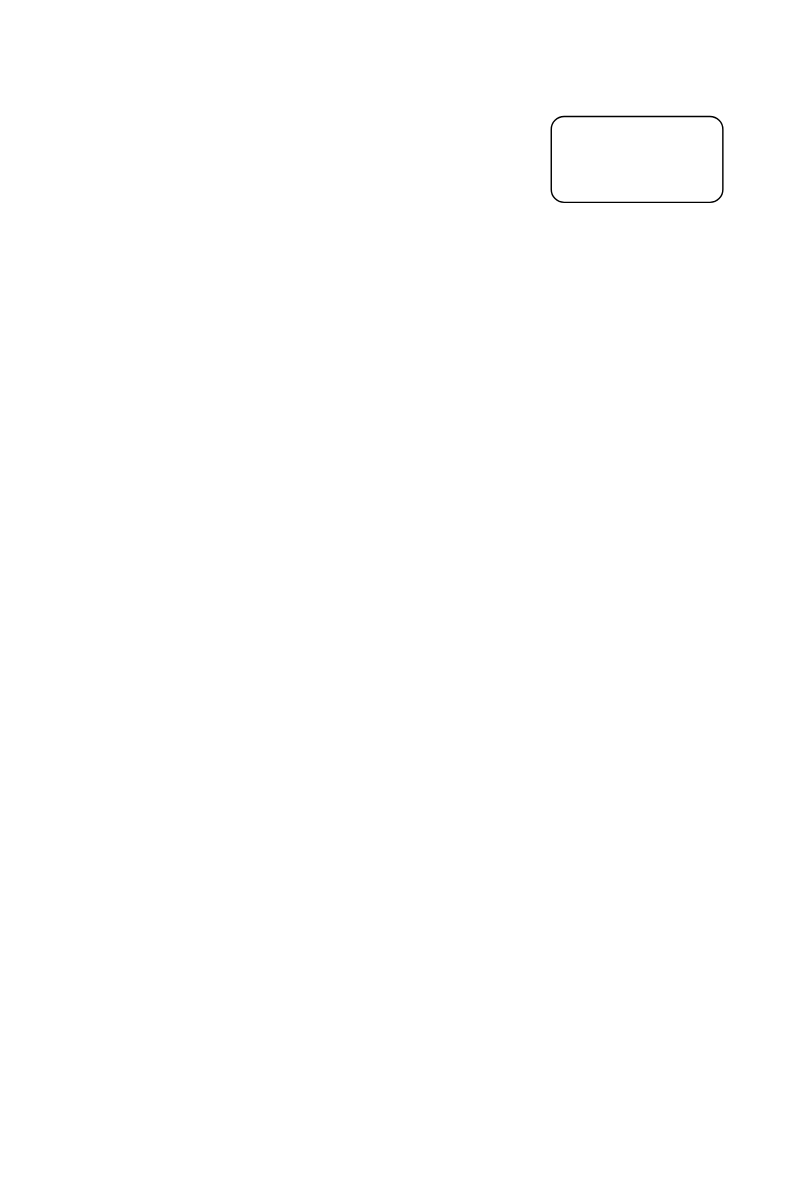
This is 未命名绘图.drawio from ITDragonBlog/draw.io, a draw.io file, before an edit. Source tidied: cells renumbered, new cells numbered last; positions are measured from the earlier drawing's top-left corner, leaving out a move shared by most shapes. Both pictures are drawn from the tidied source at 143%, with x=0, y=0 at pixel (551, 116).
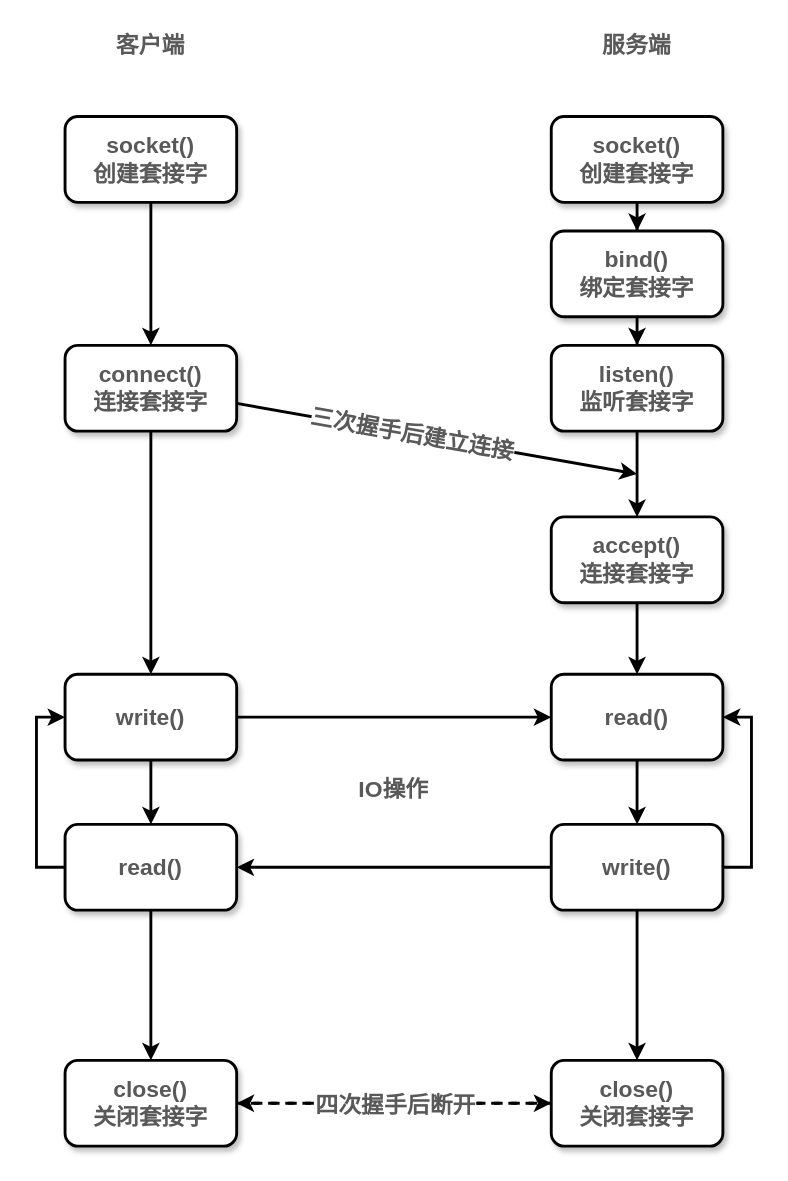
The same diagram, later.

Commit message:
更新未命名绘图.drawio

Change to the diagram source:
```diff
@@
+    <mxCell id="3" style="edgeStyle=orthogonalEdgeStyle;rounded=0;jettySize=auto;html=1;strokeWidth=2;" parent="1" edge="1" source="2" target="5">
+      <mxGeometry relative="1" as="geometry" />
+    </mxCell>
-    <mxCell id="2" style="rounded=1;whiteSpace=wrap;html=1;" parent="1" vertex="1">
+    <mxCell id="2" value="&lt;font style=&quot;font-size: 16px&quot; color=&quot;#595959&quot;&gt;&lt;b&gt;socket()&lt;br&gt;创建套接字&lt;/b&gt;&lt;/font&gt;" style="rounded=1;whiteSpace=wrap;html=1;strokeWidth=2;shadow=1;glass=0;sketch=0;" parent="1" vertex="1">
       <mxGeometry width="120" height="60" as="geometry" />
     </mxCell>
+    <mxCell id="4" style="edgeStyle=orthogonalEdgeStyle;rounded=0;jettySize=auto;html=1;strokeWidth=2;" parent="1" edge="1" source="5" target="7">
+      <mxGeometry relative="1" as="geometry" />
+    </mxCell>
+    <mxCell id="5" value="&lt;font style=&quot;font-size: 16px&quot; color=&quot;#595959&quot;&gt;&lt;b&gt;bind()&lt;br&gt;绑定套接字&lt;/b&gt;&lt;/font&gt;" style="rounded=1;whiteSpace=wrap;html=1;strokeWidth=2;shadow=1;glass=0;sketch=0;" parent="1" vertex="1">
+      <mxGeometry y="80" width="120" height="60" as="geometry" />
+    </mxCell>
+    <mxCell id="6" style="edgeStyle=orthogonalEdgeStyle;rounded=0;jettySize=auto;html=1;strokeWidth=2;" parent="1" edge="1" source="7" target="9">
+      <mxGeometry relative="1" as="geometry" />
+    </mxCell>
+    <mxCell id="7" value="&lt;font style=&quot;font-size: 16px&quot; color=&quot;#595959&quot;&gt;&lt;b&gt;listen()&lt;br&gt;监听套接字&lt;/b&gt;&lt;/font&gt;" style="rounded=1;whiteSpace=wrap;html=1;strokeWidth=2;shadow=1;glass=0;sketch=0;" parent="1" vertex="1">
+      <mxGeometry y="160" width="120" height="60" as="geometry" />
+    </mxCell>
+    <mxCell id="8" style="edgeStyle=orthogonalEdgeStyle;rounded=0;jettySize=auto;html=1;strokeWidth=2;" parent="1" edge="1" source="9" target="11">
+      <mxGeometry relative="1" as="geometry" />
+    </mxCell>
+    <mxCell id="9" value="&lt;font style=&quot;font-size: 16px&quot; color=&quot;#595959&quot;&gt;&lt;b&gt;accept()&lt;br&gt;连接套接字&lt;/b&gt;&lt;/font&gt;" style="rounded=1;whiteSpace=wrap;html=1;strokeWidth=2;shadow=1;glass=0;sketch=0;" parent="1" vertex="1">
+      <mxGeometry y="280" width="120" height="60" as="geometry" />
+    </mxCell>
+    <mxCell id="10" style="edgeStyle=orthogonalEdgeStyle;rounded=0;jettySize=auto;html=1;strokeWidth=2;" parent="1" edge="1" source="11" target="15">
+      <mxGeometry relative="1" as="geometry" />
+    </mxCell>
+    <mxCell id="11" value="&lt;font color=&quot;#595959&quot;&gt;&lt;span style=&quot;font-size: 16px&quot;&gt;&lt;b&gt;read()&lt;/b&gt;&lt;/span&gt;&lt;/font&gt;" style="rounded=1;whiteSpace=wrap;html=1;strokeWidth=2;shadow=1;glass=0;sketch=0;" parent="1" vertex="1">
+      <mxGeometry y="390" width="120" height="60" as="geometry" />
+    </mxCell>
+    <mxCell id="12" style="edgeStyle=orthogonalEdgeStyle;rounded=0;jettySize=auto;html=1;strokeWidth=2;" parent="1" edge="1" source="15" target="17">
+      <mxGeometry relative="1" as="geometry" />
+    </mxCell>
+    <mxCell id="13" style="edgeStyle=orthogonalEdgeStyle;rounded=0;jettySize=auto;html=1;entryX=1;entryY=0.5;entryDx=0;entryDy=0;strokeWidth=2;" parent="1" edge="1" source="15" target="11">
+      <mxGeometry relative="1" as="geometry">
+        <Array as="points">
+          <mxPoint x="140" y="525" />
+          <mxPoint x="140" y="420" />
+        </Array>
+      </mxGeometry>
+    </mxCell>
+    <mxCell id="14" style="edgeStyle=orthogonalEdgeStyle;rounded=0;jettySize=auto;html=1;strokeWidth=2;" parent="1" edge="1" source="15" target="29">
+      <mxGeometry relative="1" as="geometry" />
+    </mxCell>
+    <mxCell id="15" value="&lt;font color=&quot;#595959&quot;&gt;&lt;span style=&quot;font-size: 16px&quot;&gt;&lt;b&gt;write()&lt;/b&gt;&lt;/span&gt;&lt;/font&gt;" style="rounded=1;whiteSpace=wrap;html=1;strokeWidth=2;shadow=1;glass=0;sketch=0;" parent="1" vertex="1">
+      <mxGeometry y="495" width="120" height="60" as="geometry" />
+    </mxCell>
+    <mxCell id="16" style="edgeStyle=none;rounded=0;jettySize=auto;html=1;entryX=1;entryY=0.5;entryDx=0;entryDy=0;strokeWidth=2;dashed=1;" parent="1" edge="1" source="17" target="32">
+      <mxGeometry relative="1" as="geometry" />
+    </mxCell>
+    <mxCell id="17" value="&lt;font color=&quot;#595959&quot;&gt;&lt;span style=&quot;font-size: 16px&quot;&gt;&lt;b&gt;close()&lt;br&gt;关闭套接字&lt;br&gt;&lt;/b&gt;&lt;/span&gt;&lt;/font&gt;" style="rounded=1;whiteSpace=wrap;html=1;strokeWidth=2;shadow=1;glass=0;sketch=0;" parent="1" vertex="1">
+      <mxGeometry y="660" width="120" height="60" as="geometry" />
+    </mxCell>
+    <mxCell id="18" style="edgeStyle=orthogonalEdgeStyle;rounded=0;jettySize=auto;html=1;strokeWidth=2;" parent="1" edge="1" source="19" target="23">
+      <mxGeometry relative="1" as="geometry" />
+    </mxCell>
+    <mxCell id="19" value="&lt;font style=&quot;font-size: 16px&quot; color=&quot;#595959&quot;&gt;&lt;b&gt;socket()&lt;br&gt;创建套接字&lt;/b&gt;&lt;/font&gt;" style="rounded=1;whiteSpace=wrap;html=1;strokeWidth=2;shadow=1;glass=0;sketch=0;" parent="1" vertex="1">
+      <mxGeometry x="-340" width="120" height="60" as="geometry" />
+    </mxCell>
+    <mxCell id="20" style="rounded=0;jettySize=auto;html=1;strokeWidth=2;" parent="1" edge="1" source="23">
+      <mxGeometry relative="1" as="geometry">
+        <mxPoint x="60" y="250" as="targetPoint" />
+      </mxGeometry>
+    </mxCell>
+    <mxCell id="21" value="&lt;font style=&quot;font-size: 16px&quot; color=&quot;#595959&quot;&gt;&lt;b&gt;三次握手后建立连接&lt;/b&gt;&lt;/font&gt;" style="edgeLabel;html=1;align=center;verticalAlign=middle;rotation=10;" parent="20" vertex="1">
+      <mxGeometry x="-0.21" y="1" relative="1" as="geometry">
+        <mxPoint x="11.8" y="2" as="offset" />
+      </mxGeometry>
+    </mxCell>
+    <mxCell id="22" style="rounded=0;jettySize=auto;html=1;strokeWidth=2;" parent="1" edge="1" source="23" target="26">
+      <mxGeometry relative="1" as="geometry" />
+    </mxCell>
+    <mxCell id="23" value="&lt;font style=&quot;font-size: 16px&quot; color=&quot;#595959&quot;&gt;&lt;b&gt;connect()&lt;br&gt;连接套接字&lt;/b&gt;&lt;/font&gt;" style="rounded=1;whiteSpace=wrap;html=1;strokeWidth=2;shadow=1;glass=0;sketch=0;" parent="1" vertex="1">
+      <mxGeometry x="-340" y="160" width="120" height="60" as="geometry" />
+    </mxCell>
+    <mxCell id="24" style="edgeStyle=orthogonalEdgeStyle;rounded=0;jettySize=auto;html=1;strokeWidth=2;" parent="1" edge="1" source="26" target="29">
+      <mxGeometry relative="1" as="geometry" />
+    </mxCell>
+    <mxCell id="25" style="edgeStyle=orthogonalEdgeStyle;rounded=0;jettySize=auto;html=1;entryX=0;entryY=0.5;entryDx=0;entryDy=0;strokeWidth=2;" parent="1" edge="1" source="26" target="11">
+      <mxGeometry relative="1" as="geometry" />
+    </mxCell>
+    <mxCell id="26" value="&lt;font color=&quot;#595959&quot;&gt;&lt;span style=&quot;font-size: 16px&quot;&gt;&lt;b&gt;write()&lt;/b&gt;&lt;/span&gt;&lt;/font&gt;" style="rounded=1;whiteSpace=wrap;html=1;strokeWidth=2;shadow=1;glass=0;sketch=0;" parent="1" vertex="1">
+      <mxGeometry x="-340" y="390" width="120" height="60" as="geometry" />
+    </mxCell>
+    <mxCell id="27" style="edgeStyle=orthogonalEdgeStyle;rounded=0;jettySize=auto;html=1;entryX=0;entryY=0.5;entryDx=0;entryDy=0;strokeWidth=2;" parent="1" edge="1" source="29" target="26">
+      <mxGeometry relative="1" as="geometry">
+        <Array as="points">
+          <mxPoint x="-360" y="525" />
+          <mxPoint x="-360" y="420" />
+        </Array>
+      </mxGeometry>
+    </mxCell>
+    <mxCell id="28" style="edgeStyle=none;rounded=0;jettySize=auto;html=1;strokeWidth=2;" parent="1" edge="1" source="29" target="32">
+      <mxGeometry relative="1" as="geometry" />
+    </mxCell>
+    <mxCell id="29" value="&lt;font color=&quot;#595959&quot;&gt;&lt;span style=&quot;font-size: 16px&quot;&gt;&lt;b&gt;read()&lt;/b&gt;&lt;/span&gt;&lt;/font&gt;" style="rounded=1;whiteSpace=wrap;html=1;strokeWidth=2;shadow=1;glass=0;sketch=0;" parent="1" vertex="1">
+      <mxGeometry x="-340" y="495" width="120" height="60" as="geometry" />
+    </mxCell>
+    <mxCell id="30" style="edgeStyle=none;rounded=0;orthogonalLoop=1;jettySize=auto;html=1;entryX=0;entryY=0.5;entryDx=0;entryDy=0;strokeWidth=2;dashed=1;" parent="1" edge="1">
+      <mxGeometry relative="1" as="geometry">
+        <mxPoint x="-220" y="690" as="sourcePoint" />
+        <mxPoint y="690" as="targetPoint" />
+      </mxGeometry>
+    </mxCell>
+    <mxCell id="31" value="&lt;font style=&quot;font-size: 16px&quot; color=&quot;#595959&quot;&gt;&lt;b&gt;四次握手后断开&lt;/b&gt;&lt;/font&gt;" style="edgeLabel;html=1;align=center;verticalAlign=middle;" parent="30" vertex="1">
+      <mxGeometry x="-0.18" relative="1" as="geometry">
+        <mxPoint x="20" as="offset" />
+      </mxGeometry>
+    </mxCell>
+    <mxCell id="32" value="&lt;font color=&quot;#595959&quot;&gt;&lt;span style=&quot;font-size: 16px&quot;&gt;&lt;b&gt;close()&lt;br&gt;关闭套接字&lt;br&gt;&lt;/b&gt;&lt;/span&gt;&lt;/font&gt;" style="rounded=1;whiteSpace=wrap;html=1;strokeWidth=2;shadow=1;glass=0;sketch=0;" parent="1" vertex="1">
+      <mxGeometry x="-340" y="660" width="120" height="60" as="geometry" />
+    </mxCell>
+    <mxCell id="33" value="&lt;font style=&quot;font-size: 16px&quot; color=&quot;#595959&quot;&gt;&lt;b&gt;IO操作&lt;/b&gt;&lt;/font&gt;" style="text;html=1;strokeColor=none;fillColor=none;align=center;verticalAlign=middle;whiteSpace=wrap;rounded=0;shadow=1;glass=0;sketch=0;" parent="1" vertex="1">
+      <mxGeometry x="-140" y="460" width="60" height="20" as="geometry" />
+    </mxCell>
+    <mxCell id="34" value="&lt;font style=&quot;font-size: 16px&quot; color=&quot;#595959&quot;&gt;&lt;b&gt;客户端&lt;/b&gt;&lt;/font&gt;" style="text;html=1;strokeColor=none;fillColor=none;align=center;verticalAlign=middle;whiteSpace=wrap;rounded=0;shadow=1;glass=0;sketch=0;" parent="1" vertex="1">
+      <mxGeometry x="-310" y="-60" width="60" height="20" as="geometry" />
+    </mxCell>
+    <mxCell id="35" value="&lt;font style=&quot;font-size: 16px&quot; color=&quot;#595959&quot;&gt;&lt;b&gt;服务端&lt;/b&gt;&lt;/font&gt;" style="text;html=1;strokeColor=none;fillColor=none;align=center;verticalAlign=middle;whiteSpace=wrap;rounded=0;shadow=1;glass=0;sketch=0;" parent="1" vertex="1">
+      <mxGeometry x="30" y="-60" width="60" height="20" as="geometry" />
+    </mxCell>
```
